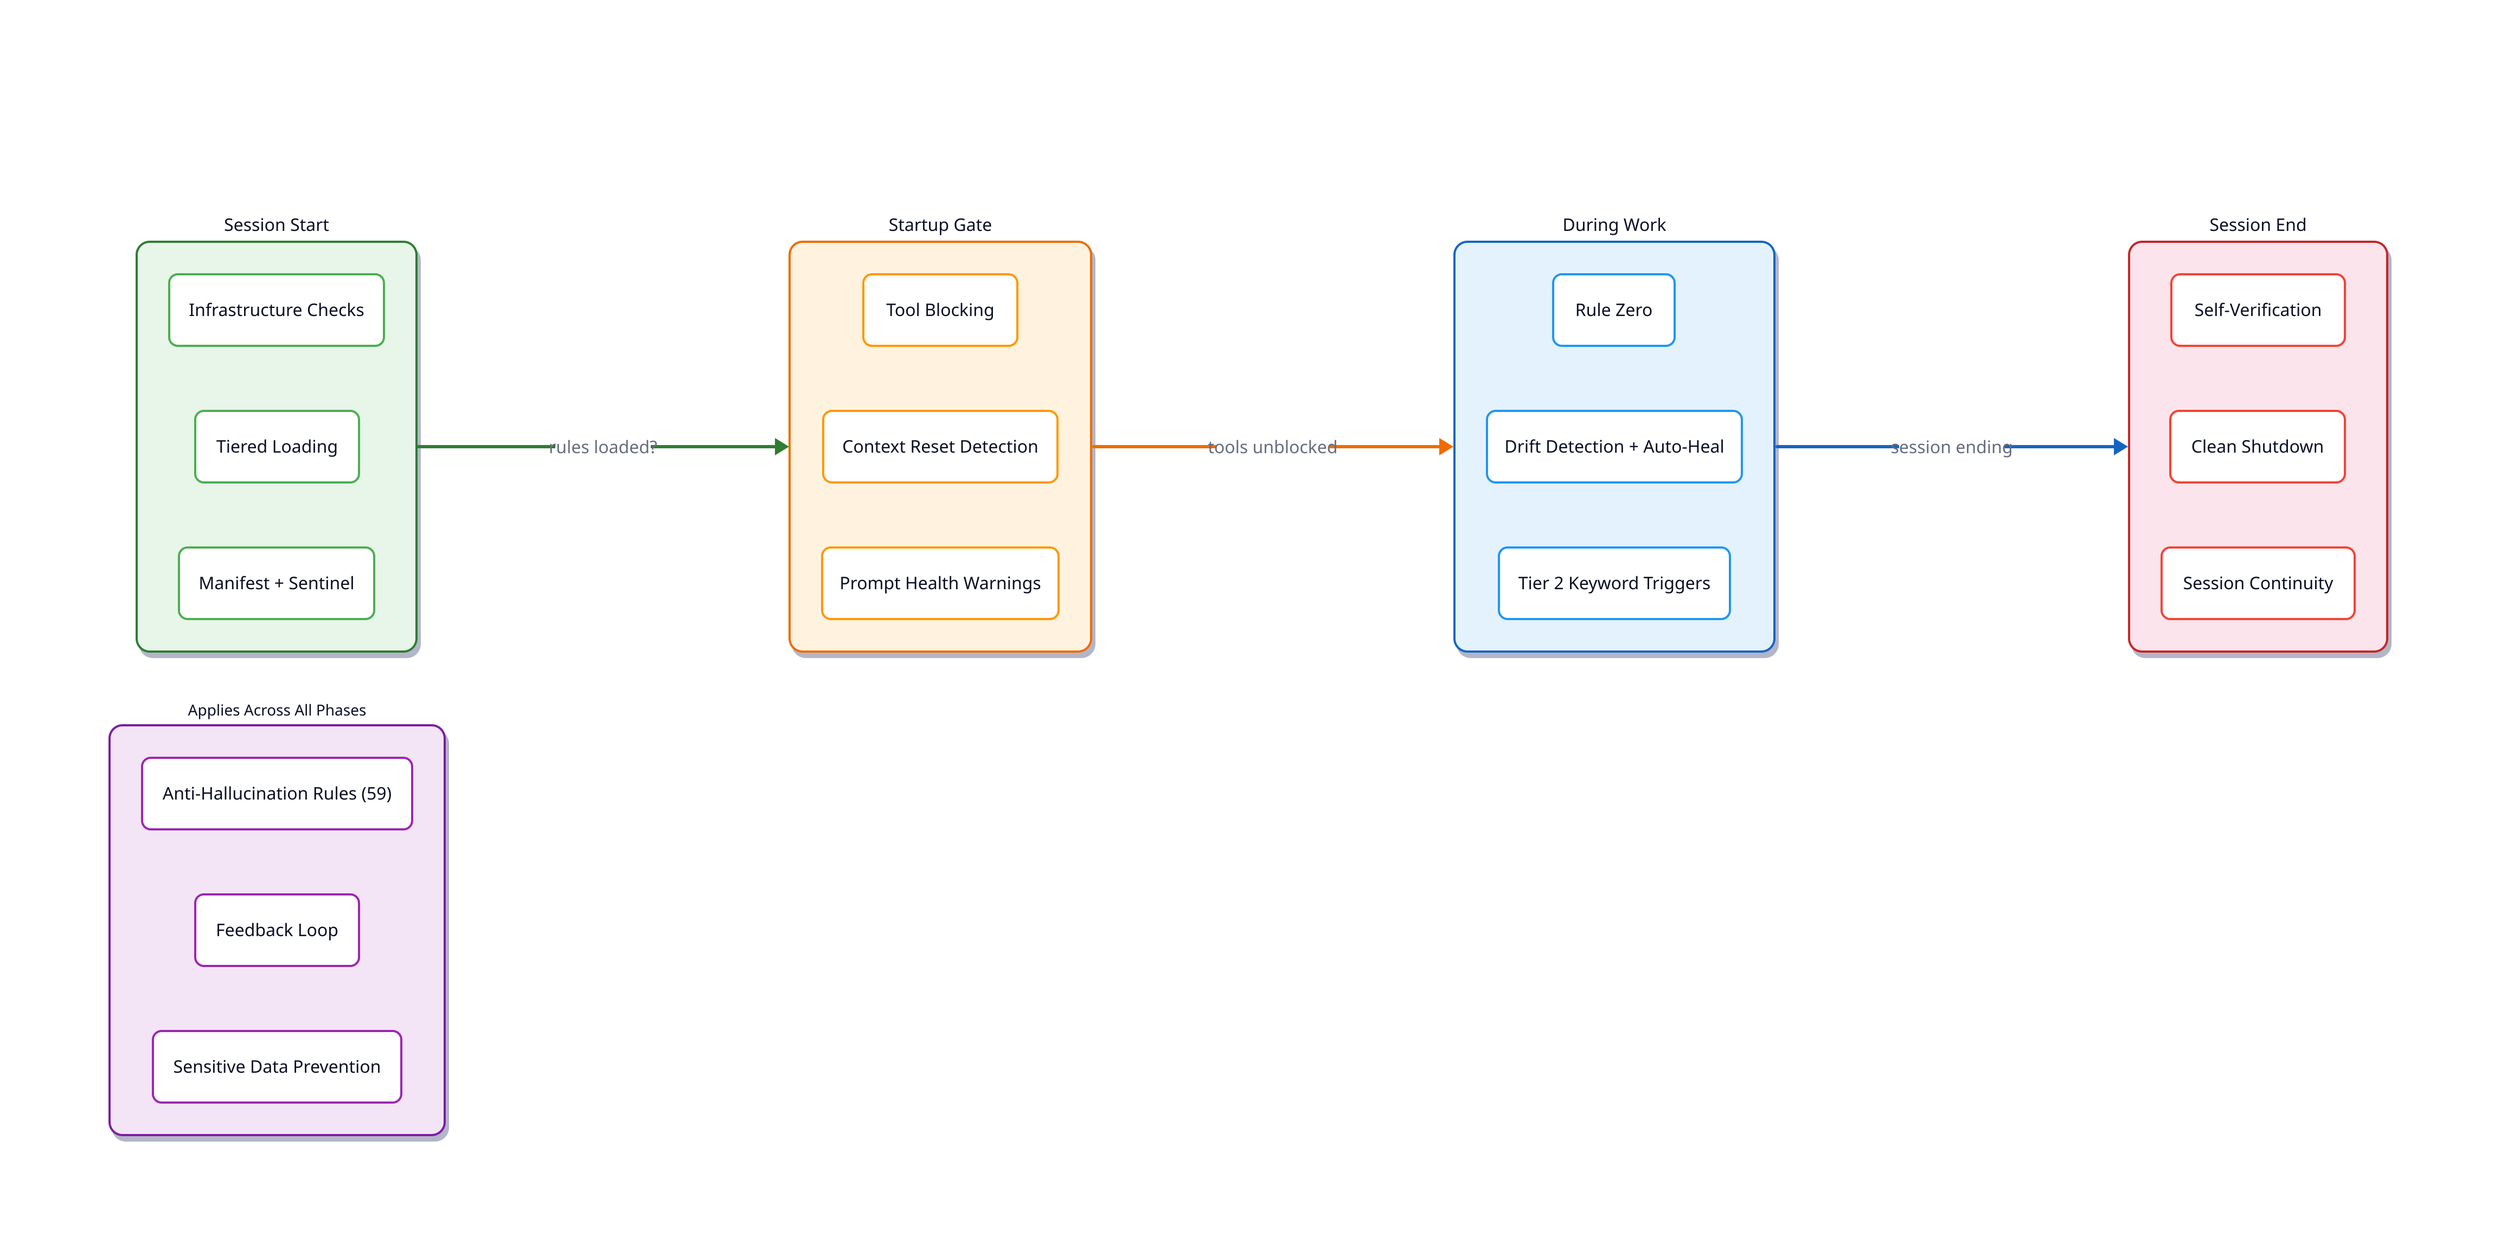
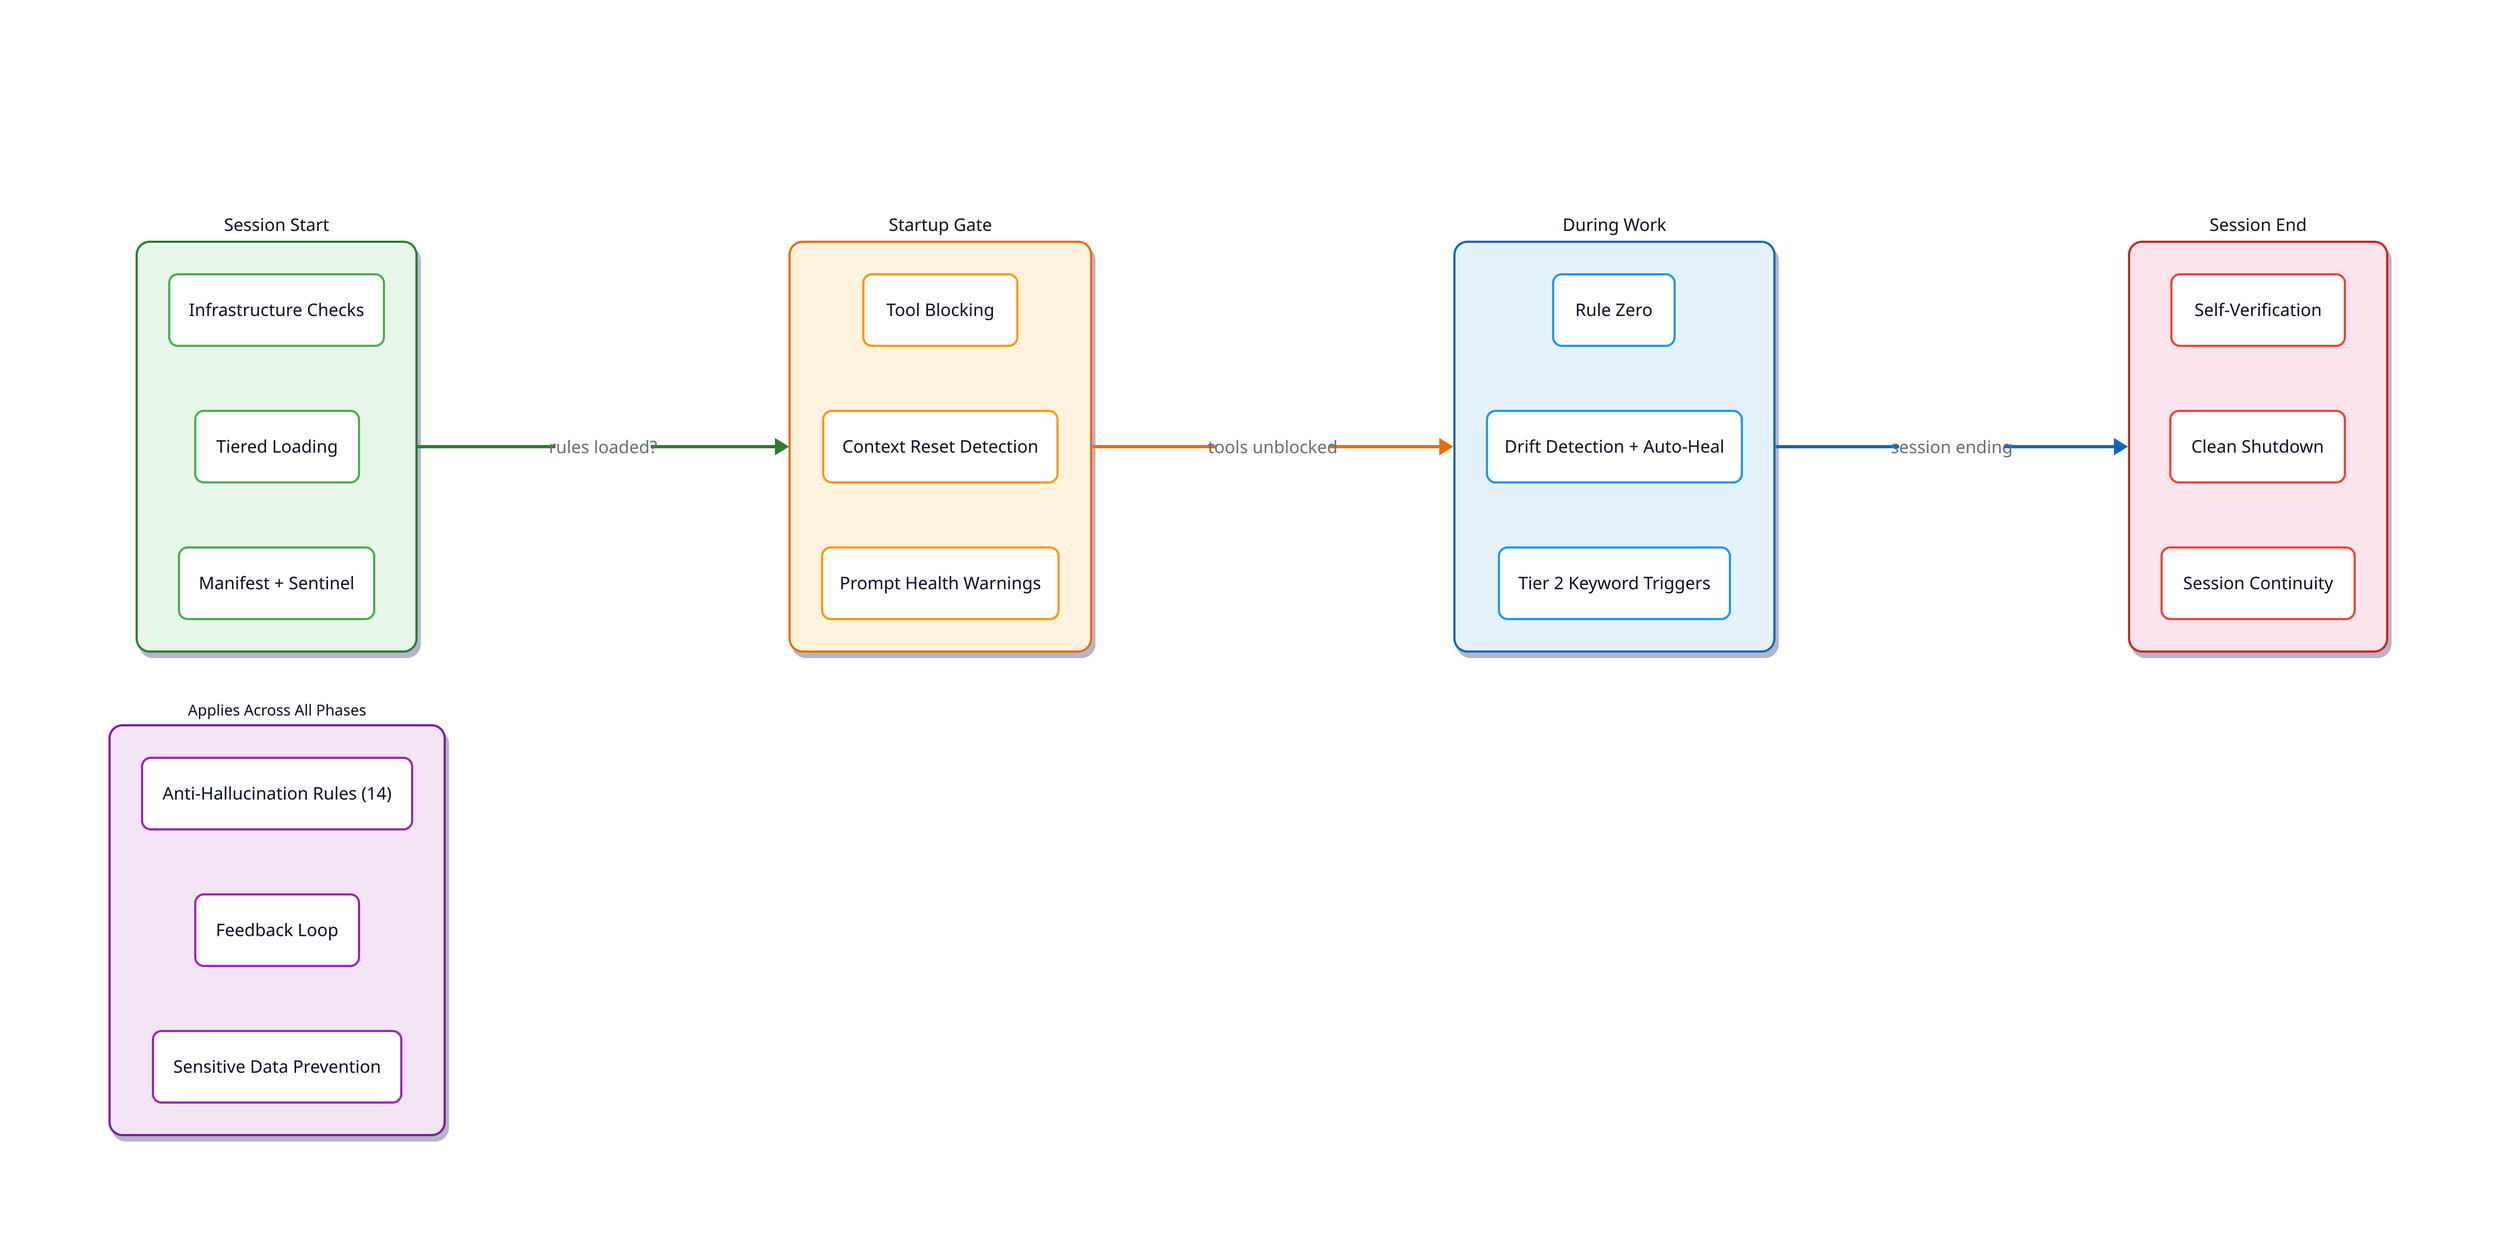
direction: right

title: |md
  # What the Tiered Startup Does For You
| {
  near: top-center
  style: {
    font-size: 24
    bold: true
  }
}

start: Session Start {
  style: {
    fill: "#e8f5e9"
    stroke: "#2e7d32"
    border-radius: 12
    shadow: true
    font-size: 16
    bold: true
  }

  checks: Infrastructure Checks {
    style: {fill: "#ffffff"; stroke: "#4caf50"; border-radius: 8}
  }
  tiers: Tiered Loading {
    style: {fill: "#ffffff"; stroke: "#4caf50"; border-radius: 8}
  }
  state: Manifest + Sentinel {
    style: {fill: "#ffffff"; stroke: "#4caf50"; border-radius: 8}
  }
}

gate: Startup Gate {
  style: {
    fill: "#fff3e0"
    stroke: "#ef6c00"
    border-radius: 12
    shadow: true
    font-size: 16
    bold: true
  }

  block: Tool Blocking {
    style: {fill: "#ffffff"; stroke: "#ff9800"; border-radius: 8}
  }
  reset: Context Reset Detection {
    style: {fill: "#ffffff"; stroke: "#ff9800"; border-radius: 8}
  }
  health: Prompt Health Warnings {
    style: {fill: "#ffffff"; stroke: "#ff9800"; border-radius: 8}
  }
}

work: During Work {
  style: {
    fill: "#e3f2fd"
    stroke: "#1565c0"
    border-radius: 12
    shadow: true
    font-size: 16
    bold: true
  }

  rz: Rule Zero {
    style: {fill: "#ffffff"; stroke: "#2196f3"; border-radius: 8}
  }
  drift: Drift Detection + Auto-Heal {
    style: {fill: "#ffffff"; stroke: "#2196f3"; border-radius: 8}
  }
  t2: Tier 2 Keyword Triggers {
    style: {fill: "#ffffff"; stroke: "#2196f3"; border-radius: 8}
  }
}

stop: Session End {
  style: {
    fill: "#fce4ec"
    stroke: "#c62828"
    border-radius: 12
    shadow: true
    font-size: 16
    bold: true
  }

  sv: Self-Verification {
    style: {fill: "#ffffff"; stroke: "#f44336"; border-radius: 8}
  }
  clean: Clean Shutdown {
    style: {fill: "#ffffff"; stroke: "#f44336"; border-radius: 8}
  }
  cont: Session Continuity {
    style: {fill: "#ffffff"; stroke: "#f44336"; border-radius: 8}
  }
}

start -> gate: rules loaded? {
  style: {stroke: "#2e7d32"; stroke-width: 3}
}
gate -> work: tools unblocked {
  style: {stroke: "#ef6c00"; stroke-width: 3}
}
work -> stop: session ending {
  style: {stroke: "#1565c0"; stroke-width: 3}
}

cross: Applies Across All Phases {
  style: {
    fill: "#f3e5f5"
    stroke: "#7b1fa2"
    border-radius: 12
    shadow: true
    font-size: 14
    bold: true
  }

-   ah: Anti-Hallucination Rules (59) {
+   ah: Anti-Hallucination Rules (14) {
    style: {fill: "#ffffff"; stroke: "#9c27b0"; border-radius: 8}
  }
  loop: Feedback Loop {
    style: {fill: "#ffffff"; stroke: "#9c27b0"; border-radius: 8}
  }
  sec: Sensitive Data Prevention {
    style: {fill: "#ffffff"; stroke: "#9c27b0"; border-radius: 8}
  }
}
